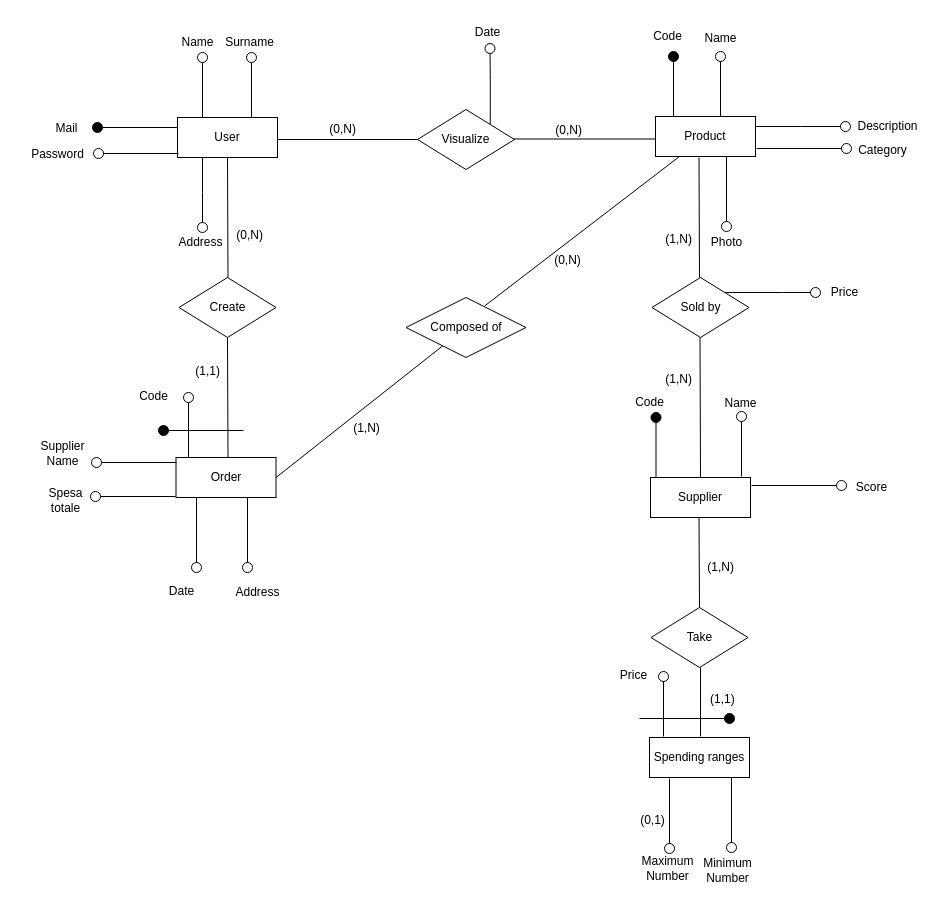
The draw.io diagram documents/entità relazione_ENG.drawio in jakeeuu/TIW-project, before the edit. Source tidied: cells renumbered, new cells numbered last; positions are measured from the earlier drawing's top-left corner, leaving out a move shared by most shapes. Both pictures are drawn from the tidied source at 100%, with x=0, y=0 at pixel (17, 17).
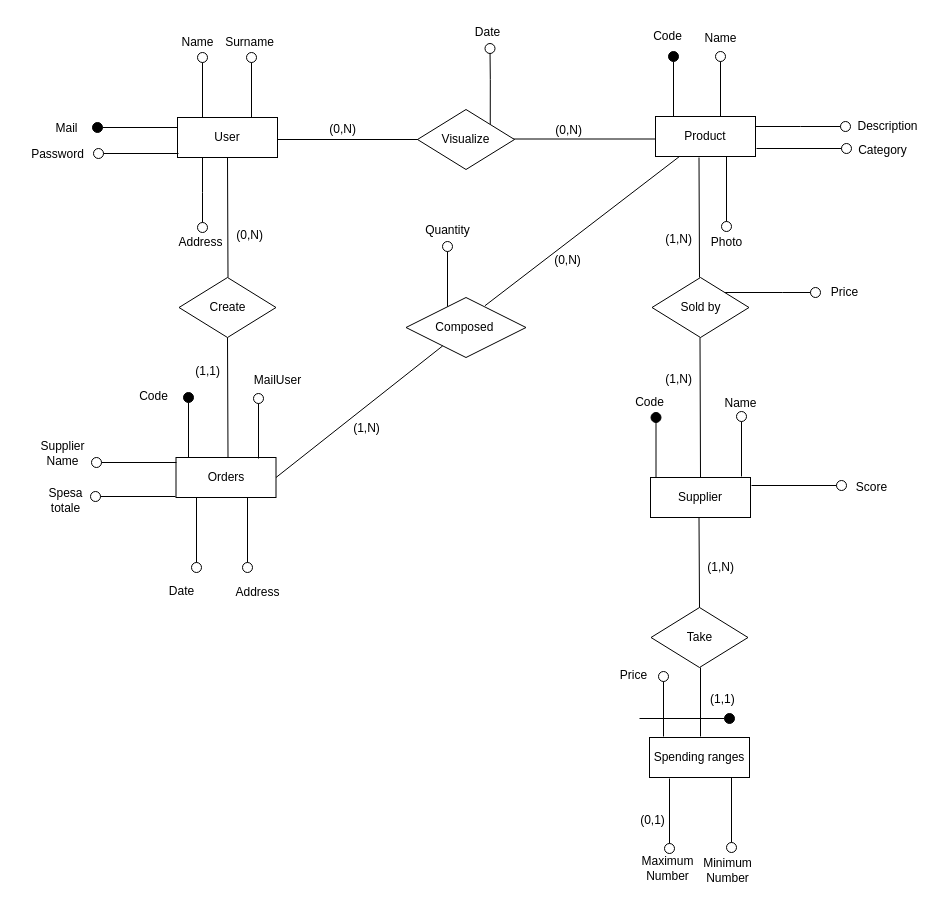
The same diagram, later.

The edit, as a diff of the source:
```diff
@@
-    <mxCell id="62" value="Order" style="whiteSpace=wrap;html=1;align=center;" parent="1" vertex="1">
+    <mxCell id="62" value="Orders" style="whiteSpace=wrap;html=1;align=center;" parent="1" vertex="1">
       <mxGeometry x="158.5" y="440" width="100" height="40" as="geometry" />
     </mxCell>
-    <mxCell id="63" style="edgeStyle=orthogonalEdgeStyle;rounded=0;orthogonalLoop=1;jettySize=auto;html=1;exitX=0.25;exitY=0;exitDx=0;exitDy=0;endArrow=oval;endFill=0;endSize=10;" parent="1" edge="1">
+    <mxCell id="63" style="edgeStyle=orthogonalEdgeStyle;rounded=0;orthogonalLoop=1;jettySize=auto;html=1;exitX=0.25;exitY=0;exitDx=0;exitDy=0;endArrow=oval;endFill=1;endSize=10;" parent="1" edge="1">
       <mxGeometry relative="1" as="geometry">
         <mxPoint x="171" y="440" as="sourcePoint" />
         <mxPoint x="171" y="380" as="targetPoint" />
       </mxGeometry>
     </mxCell>
@@
-    <mxCell id="74" style="edgeStyle=orthogonalEdgeStyle;rounded=0;orthogonalLoop=1;jettySize=auto;html=1;exitX=0;exitY=0.25;exitDx=0;exitDy=0;endArrow=oval;endFill=1;endSize=10;" parent="1" edge="1">
-      <mxGeometry relative="1" as="geometry">
-        <mxPoint x="226" y="413" as="sourcePoint" />
-        <mxPoint x="146" y="413" as="targetPoint" />
-      </mxGeometry>
-    </mxCell>
@@
-    <mxCell id="76" value="Composed of" style="shape=rhombus;perimeter=rhombusPerimeter;whiteSpace=wrap;html=1;align=center;" parent="1" vertex="1">
+    <mxCell id="76" value="Composed&amp;nbsp;" style="shape=rhombus;perimeter=rhombusPerimeter;whiteSpace=wrap;html=1;align=center;" parent="1" vertex="1">
       <mxGeometry x="388.5" y="280" width="120" height="60" as="geometry" />
     </mxCell>
@@
+    <mxCell id="81" style="edgeStyle=orthogonalEdgeStyle;rounded=0;orthogonalLoop=1;jettySize=auto;html=1;exitX=0.25;exitY=0;exitDx=0;exitDy=0;endArrow=oval;endFill=0;endSize=10;" parent="1" edge="1">
+      <mxGeometry relative="1" as="geometry">
+        <mxPoint x="430" y="289" as="sourcePoint" />
+        <mxPoint x="430" y="229" as="targetPoint" />
+      </mxGeometry>
+    </mxCell>
+    <mxCell id="82" value="Quantity" style="text;html=1;align=center;verticalAlign=middle;strokeColor=none;fillColor=none;" parent="1" vertex="1">
+      <mxGeometry x="395" y="198" width="70" height="30" as="geometry" />
+    </mxCell>
+    <mxCell id="83" style="edgeStyle=orthogonalEdgeStyle;rounded=0;orthogonalLoop=1;jettySize=auto;html=1;exitX=0.25;exitY=0;exitDx=0;exitDy=0;endArrow=oval;endFill=0;endSize=10;" parent="1" edge="1">
+      <mxGeometry relative="1" as="geometry">
+        <mxPoint x="241" y="441" as="sourcePoint" />
+        <mxPoint x="241" y="381" as="targetPoint" />
+      </mxGeometry>
+    </mxCell>
+    <mxCell id="84" value="MailUser" style="text;html=1;align=center;verticalAlign=middle;strokeColor=none;fillColor=none;" parent="1" vertex="1">
+      <mxGeometry x="225" y="348" width="70" height="30" as="geometry" />
+    </mxCell>
```
